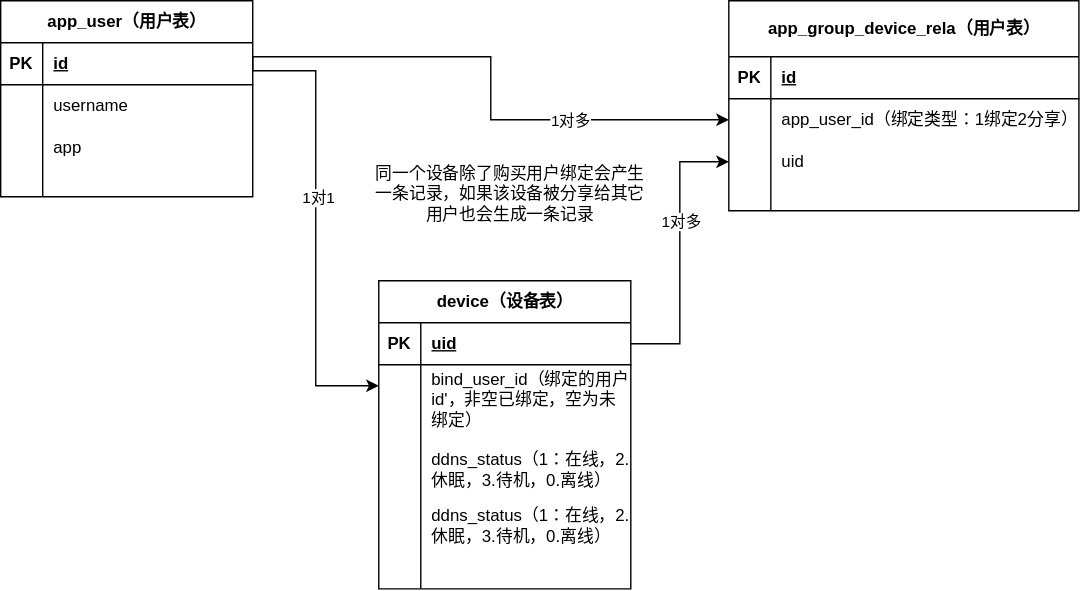
The draw.io diagram database/1-用户设备关系ER.drawio.svg in LiuXinStrive/ChaoWei, before a commit. Source tidied: cells renumbered, new cells last; positions are measured from the earlier drawing's top-left corner, leaving out a move shared by most shapes.
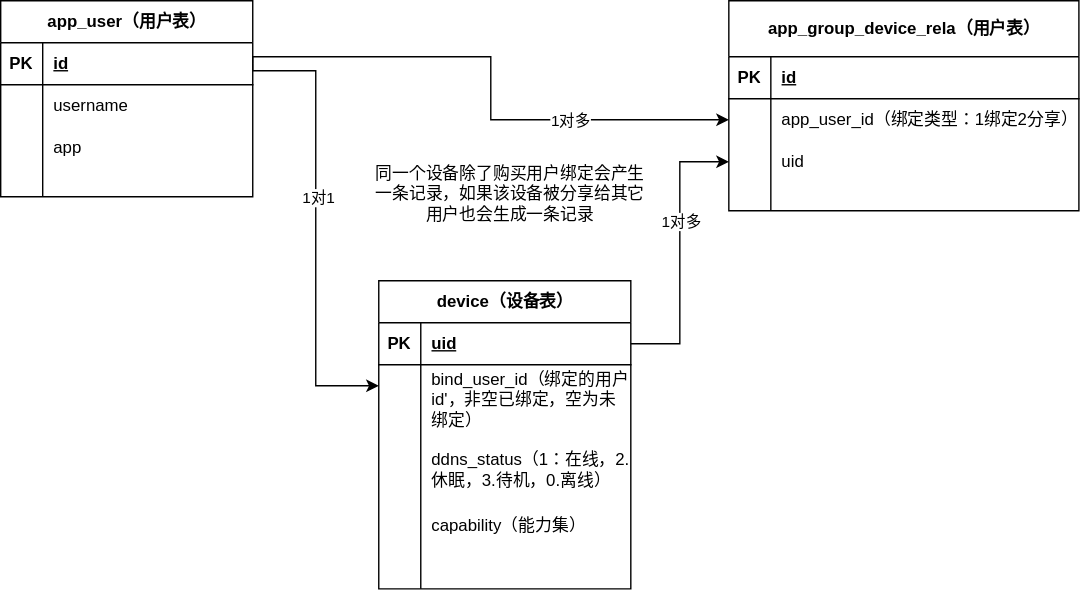
The same file after the commit.

Commit message:
更新1-用户设备关系ER.drawio.svg

What changed in the source:
```diff
@@ -154,7 +154,7 @@
     <mxCell id="47" value="同一个设备除了购买用户绑定会产生一条记录，如果该设备被分享给其它用户也会生成一条记录" style="text;html=1;whiteSpace=wrap;strokeColor=none;fillColor=none;align=center;verticalAlign=middle;rounded=0;" parent="1" vertex="1">
       <mxGeometry x="264" y="100" width="200" height="75" as="geometry" />
     </mxCell>
-    <mxCell id="48" value="ddns_status（1：在线，2.休眠，3.待机，0.离线）" style="shape=partialRectangle;fillColor=none;top=0;left=0;bottom=0;right=0;align=left;spacingLeft=6;overflow=hidden;whiteSpace=wrap;html=1;" parent="1" vertex="1">
+    <mxCell id="48" value="capability（能力集）" style="shape=partialRectangle;fillColor=none;top=0;left=0;bottom=0;right=0;align=left;spacingLeft=6;overflow=hidden;whiteSpace=wrap;html=1;" parent="1" vertex="1">
       <mxGeometry x="300" y="350" width="150" height="50" as="geometry" />
     </mxCell>
   </root>
```
